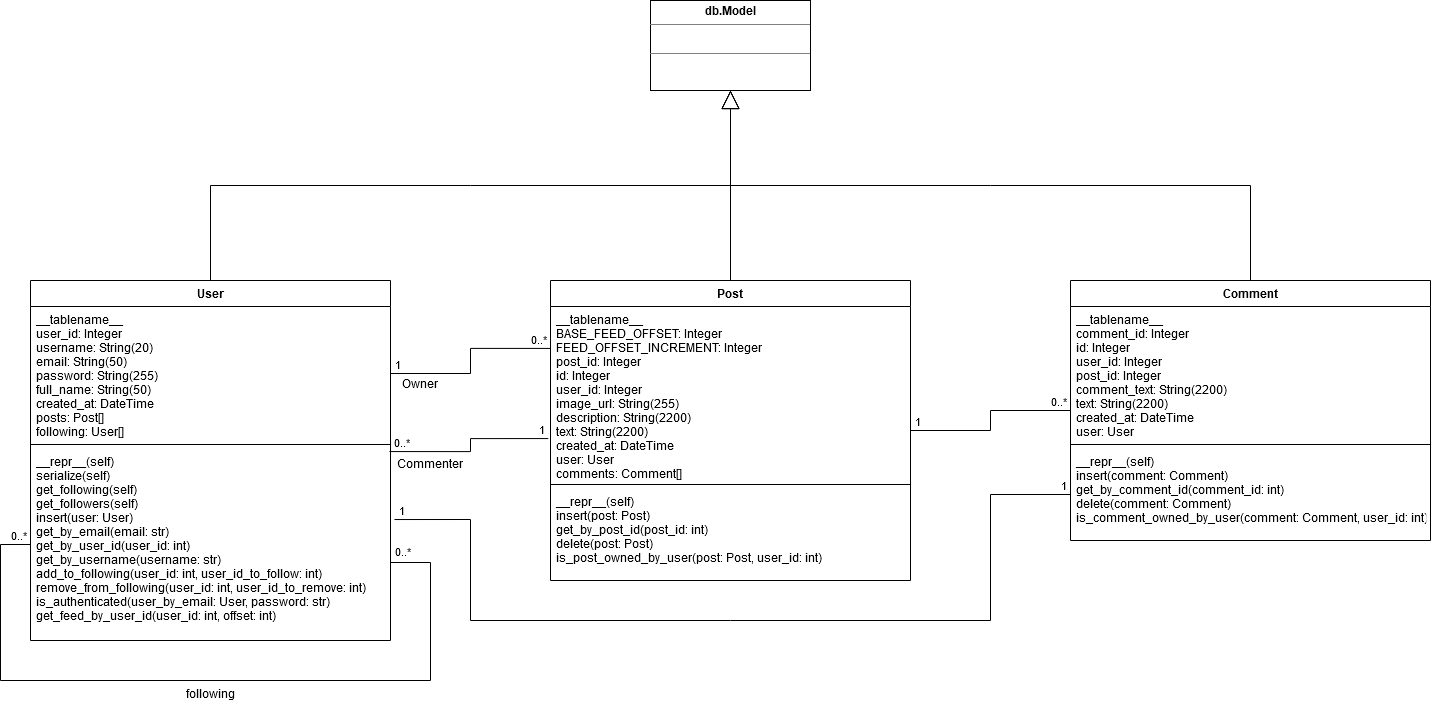
Before: soengram-uml-diagram.png, a diagram exported from draw.io (LujainKhalaf/Soengram). Source tidied: cells renumbered, new cells last; positions are measured from the earlier drawing's top-left corner, leaving out a move shared by most shapes.
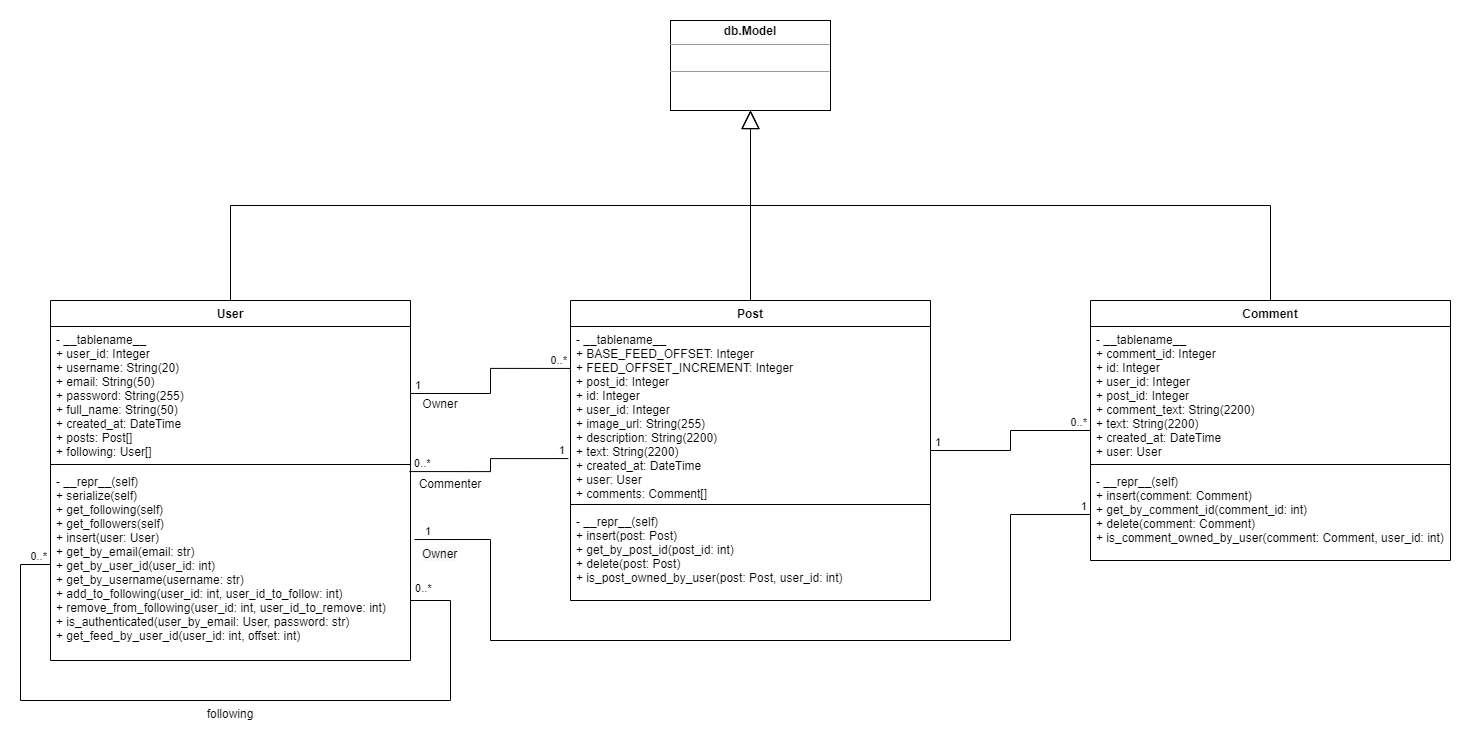
After the change.

Commit message:
#135 Adding Complete Class Diagram (#171)

What changed in the source:
```diff
@@ -8,23 +8,24 @@
     <mxCell id="3" value="User" style="swimlane;fontStyle=1;align=center;verticalAlign=top;horizontal=1;startSize=26;" parent="1" vertex="1">
       <mxGeometry x="30" y="280" width="360" height="360" as="geometry" />
     </mxCell>
-    <mxCell id="4" value="__tablename__&#10;user_id: Integer&#10;username: String(20)&#10;email: String(50)&#10;password: String(255)&#10;full_name: String(50)&#10;created_at: DateTime&#10;posts: Post[]&#10;following: User[]" style="text;strokeColor=none;fillColor=none;align=left;verticalAlign=top;spacingLeft=4;spacingRight=4;overflow=hidden;points=[[0,0.5],[1,0.5]];portConstraint=eastwest;" parent="3" vertex="1">
+    <mxCell id="4" value="- __tablename__&#10;+ user_id: Integer&#10;+ username: String(20)&#10;+ email: String(50)&#10;+ password: String(255)&#10;+ full_name: String(50)&#10;+ created_at: DateTime&#10;+ posts: Post[]&#10;+ following: User[]" style="text;strokeColor=none;fillColor=none;align=left;verticalAlign=top;spacingLeft=4;spacingRight=4;overflow=hidden;points=[[0,0.5],[1,0.5]];portConstraint=eastwest;" parent="3" vertex="1">
       <mxGeometry y="26" width="360" height="134" as="geometry" />
     </mxCell>
     <mxCell id="5" style="line;strokeWidth=1;fillColor=none;align=left;verticalAlign=middle;spacingTop=-1;spacingLeft=3;spacingRight=3;labelPosition=right;" parent="3" vertex="1">
       <mxGeometry y="160" width="360" height="8" as="geometry" />
     </mxCell>
-    <mxCell id="6" value="__repr__(self)&#10;serialize(self)&#10;get_following(self)&#10;get_followers(self)&#10;insert(user: User)&#10;get_by_email(email: str)&#10;get_by_user_id(user_id: int)&#10;get_by_username(username: str)&#10;add_to_following(user_id: int, user_id_to_follow: int)&#10;remove_from_following(user_id: int, user_id_to_remove: int)&#10;is_authenticated(user_by_email: User, password: str)&#10;get_feed_by_user_id(user_id: int, offset: int)" style="text;strokeColor=none;fillColor=none;align=left;verticalAlign=top;spacingLeft=4;spacingRight=4;overflow=hidden;points=[[0,0.5],[1,0.5]];portConstraint=eastwest;" parent="3" vertex="1">
+    <mxCell id="6" value="- __repr__(self)&#10;+ serialize(self)&#10;+ get_following(self)&#10;+ get_followers(self)&#10;+ insert(user: User)&#10;+ get_by_email(email: str)&#10;+ get_by_user_id(user_id: int)&#10;+ get_by_username(username: str)&#10;+ add_to_following(user_id: int, user_id_to_follow: int)&#10;+ remove_from_following(user_id: int, user_id_to_remove: int)&#10;+ is_authenticated(user_by_email: User, password: str)&#10;+ get_feed_by_user_id(user_id: int, offset: int)" style="text;strokeColor=none;fillColor=none;align=left;verticalAlign=top;spacingLeft=4;spacingRight=4;overflow=hidden;points=[[0,0.5],[1,0.5]];portConstraint=eastwest;" parent="3" vertex="1">
       <mxGeometry y="168" width="360" height="192" as="geometry" />
     </mxCell>
-    <mxCell id="7" style="endArrow=none;html=1;edgeStyle=orthogonalEdgeStyle;exitX=0;exitY=0.5;exitDx=0;exitDy=0;entryX=1;entryY=0.604;entryDx=0;entryDy=0;entryPerimeter=0;arcSize=0;" parent="3" edge="1" source="6" target="6">
+    <mxCell id="7" style="endArrow=none;html=1;edgeStyle=orthogonalEdgeStyle;exitX=0;exitY=0.5;exitDx=0;exitDy=0;arcSize=0;" parent="3" edge="1" source="6">
       <mxGeometry relative="1" as="geometry">
+        <mxPoint x="360" y="300" as="targetPoint" />
         <Array as="points">
           <mxPoint x="-30" y="264" />
           <mxPoint x="-30" y="400" />
           <mxPoint x="400" y="400" />
-          <mxPoint x="400" y="282" />
-          <mxPoint x="360" y="282" />
+          <mxPoint x="400" y="300" />
+          <mxPoint x="360" y="300" />
         </Array>
       </mxGeometry>
     </mxCell>
@@ -42,25 +43,25 @@
     <mxCell id="11" value="Comment" style="swimlane;fontStyle=1;align=center;verticalAlign=top;horizontal=1;startSize=26;" parent="1" vertex="1">
       <mxGeometry x="1070" y="280" width="360" height="260" as="geometry" />
     </mxCell>
-    <mxCell id="12" value="__tablename__&#10;comment_id: Integer&#10;id: Integer&#10;user_id: Integer&#10;post_id: Integer&#10;comment_text: String(2200)&#10;text: String(2200)&#10;created_at: DateTime&#10;user: User" style="text;strokeColor=none;fillColor=none;align=left;verticalAlign=top;spacingLeft=4;spacingRight=4;overflow=hidden;" parent="11" vertex="1">
+    <mxCell id="12" value="- __tablename__&#10;+ comment_id: Integer&#10;+ id: Integer&#10;+ user_id: Integer&#10;+ post_id: Integer&#10;+ comment_text: String(2200)&#10;+ text: String(2200)&#10;+ created_at: DateTime&#10;+ user: User" style="text;strokeColor=none;fillColor=none;align=left;verticalAlign=top;spacingLeft=4;spacingRight=4;overflow=hidden;" parent="11" vertex="1">
       <mxGeometry y="26" width="360" height="134" as="geometry" />
     </mxCell>
     <mxCell id="13" style="line;strokeWidth=1;fillColor=none;align=left;verticalAlign=middle;spacingTop=-1;spacingLeft=3;spacingRight=3;labelPosition=right;" parent="11" vertex="1">
       <mxGeometry y="160" width="360" height="8" as="geometry" />
     </mxCell>
-    <mxCell id="14" value="__repr__(self)&#10;insert(comment: Comment)&#10;get_by_comment_id(comment_id: int)&#10;delete(comment: Comment)&#10;is_comment_owned_by_user(comment: Comment, user_id: int)" style="text;strokeColor=none;fillColor=none;align=left;verticalAlign=top;spacingLeft=4;spacingRight=4;overflow=hidden;points=[[0,0.5],[1,0.5]];portConstraint=eastwest;" parent="11" vertex="1">
+    <mxCell id="14" value="- __repr__(self)&#10;+ insert(comment: Comment)&#10;+ get_by_comment_id(comment_id: int)&#10;+ delete(comment: Comment)&#10;+ is_comment_owned_by_user(comment: Comment, user_id: int)" style="text;strokeColor=none;fillColor=none;align=left;verticalAlign=top;spacingLeft=4;spacingRight=4;overflow=hidden;points=[[0,0.5],[1,0.5]];portConstraint=eastwest;" parent="11" vertex="1">
       <mxGeometry y="168" width="360" height="92" as="geometry" />
     </mxCell>
     <mxCell id="15" value="Post" style="swimlane;fontStyle=1;align=center;verticalAlign=top;horizontal=1;startSize=26;" parent="1" vertex="1">
       <mxGeometry x="550" y="280" width="360" height="300" as="geometry" />
     </mxCell>
-    <mxCell id="16" value="__tablename__&#10;BASE_FEED_OFFSET: Integer&#10;FEED_OFFSET_INCREMENT: Integer&#10;post_id: Integer&#10;id: Integer&#10;user_id: Integer&#10;image_url: String(255)&#10;description: String(2200)&#10;text: String(2200)&#10;created_at: DateTime&#10;user: User&#10;comments: Comment[]" style="text;strokeColor=none;fillColor=none;align=left;verticalAlign=top;spacingLeft=4;spacingRight=4;overflow=hidden;points=[[0,0.5],[1,0.5]];portConstraint=eastwest;" parent="15" vertex="1">
+    <mxCell id="16" value="- __tablename__&#10;+ BASE_FEED_OFFSET: Integer&#10;+ FEED_OFFSET_INCREMENT: Integer&#10;+ post_id: Integer&#10;+ id: Integer&#10;+ user_id: Integer&#10;+ image_url: String(255)&#10;+ description: String(2200)&#10;+ text: String(2200)&#10;+ created_at: DateTime&#10;+ user: User&#10;+ comments: Comment[]" style="text;strokeColor=none;fillColor=none;align=left;verticalAlign=top;spacingLeft=4;spacingRight=4;overflow=hidden;points=[[0,0.5],[1,0.5]];portConstraint=eastwest;" parent="15" vertex="1">
       <mxGeometry y="26" width="360" height="174" as="geometry" />
     </mxCell>
     <mxCell id="17" style="line;strokeWidth=1;fillColor=none;align=left;verticalAlign=middle;spacingTop=-1;spacingLeft=3;spacingRight=3;labelPosition=right;" parent="15" vertex="1">
       <mxGeometry y="200" width="360" height="8" as="geometry" />
     </mxCell>
-    <mxCell id="18" value="__repr__(self)&#10;insert(post: Post)&#10;get_by_post_id(post_id: int)&#10;delete(post: Post)&#10;is_post_owned_by_user(post: Post, user_id: int)" style="text;strokeColor=none;fillColor=none;align=left;verticalAlign=top;spacingLeft=4;spacingRight=4;overflow=hidden;" parent="15" vertex="1">
+    <mxCell id="18" value="- __repr__(self)&#10;+ insert(post: Post)&#10;+ get_by_post_id(post_id: int)&#10;+ delete(post: Post)&#10;+ is_post_owned_by_user(post: Post, user_id: int)" style="text;strokeColor=none;fillColor=none;align=left;verticalAlign=top;spacingLeft=4;spacingRight=4;overflow=hidden;" parent="15" vertex="1">
       <mxGeometry y="208" width="360" height="92" as="geometry" />
     </mxCell>
     <mxCell id="19" style="endArrow=block;endSize=16;endFill=0;html=1;exitX=0.5;exitY=0;exitDx=0;exitDy=0;entryX=0.5;entryY=1;entryDx=0;entryDy=0;edgeStyle=elbowEdgeStyle;elbow=vertical;jumpSize=5;startFill=1;fixDash=0;arcSize=0;" parent="1" edge="1" source="15" target="2">
@@ -104,7 +105,7 @@
     <mxCell id="31" value="Commenter" style="text;align=center;fontStyle=0;verticalAlign=middle;spacingLeft=3;spacingRight=3;strokeColor=none;" parent="1" vertex="1">
       <mxGeometry x="390" y="450" width="80" height="26" as="geometry" />
     </mxCell>
-    <mxCell id="32" style="endArrow=none;html=1;edgeStyle=orthogonalEdgeStyle;exitX=1.011;exitY=0.37;exitDx=0;exitDy=0;entryX=0;entryY=0.5;entryDx=0;entryDy=0;arcSize=0;exitPerimeter=0;" parent="1" edge="1" source="6" target="14">
+    <mxCell id="32" style="endArrow=none;html=1;edgeStyle=orthogonalEdgeStyle;exitX=1.011;exitY=0.37;exitDx=0;exitDy=0;entryX=0;entryY=0.5;entryDx=0;entryDy=0;arcSize=0;exitPerimeter=0;startArrow=none;startFill=0;" parent="1" edge="1" source="6" target="14">
       <mxGeometry relative="1" as="geometry">
         <Array as="points">
           <mxPoint x="470" y="519" />
@@ -115,7 +116,9 @@
       </mxGeometry>
     </mxCell>
     <mxCell id="33" value="&amp;nbsp;1" style="edgeLabel;html=1;align=left;verticalAlign=bottom;" parent="32" vertex="1">
-      <mxGeometry x="-1" relative="1" as="geometry" />
+      <mxGeometry x="-1" relative="1" as="geometry">
+        <mxPoint x="6" as="offset" />
+      </mxGeometry>
     </mxCell>
     <mxCell id="34" value="1&amp;nbsp;" style="edgeLabel;html=1;align=right;verticalAlign=bottom;" parent="32" vertex="1">
       <mxGeometry x="1" relative="1" as="geometry" />
@@ -123,5 +126,8 @@
     <mxCell id="35" value="following" style="text;align=center;fontStyle=0;verticalAlign=middle;spacingLeft=3;spacingRight=3;strokeColor=none;" parent="1" vertex="1">
       <mxGeometry x="170" y="680" width="80" height="26" as="geometry" />
     </mxCell>
+    <mxCell id="36" value="&lt;span style=&quot;color: rgb(0, 0, 0); font-family: helvetica; font-size: 12px; font-style: normal; font-weight: 400; letter-spacing: normal; text-align: center; text-indent: 0px; text-transform: none; word-spacing: 0px; background-color: rgb(248, 249, 250); display: inline; float: none;&quot;&gt;Owner&lt;/span&gt;" style="text;whiteSpace=wrap;html=1;" parent="1" vertex="1">
+      <mxGeometry x="400" y="520" width="60" height="30" as="geometry" />
+    </mxCell>
   </root>
 </mxGraphModel>
```
